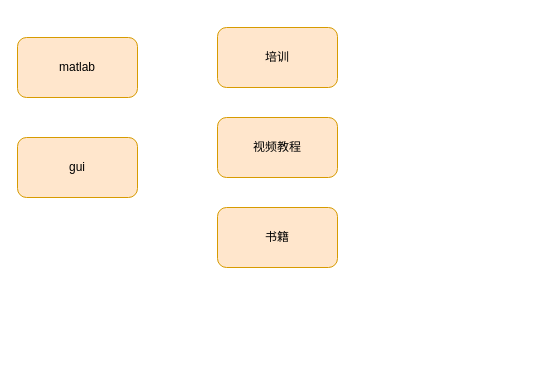
Before: assets/drawio/slash.drawio in atanx/atanx.github.io, a draw.io diagram. Source tidied: cells renumbered, new cells numbered last; positions are measured from the earlier drawing's top-left corner, leaving out a move shared by most shapes. Both pictures are drawn from the tidied source at 100%, with x=0, y=0 at pixel (17, 27).
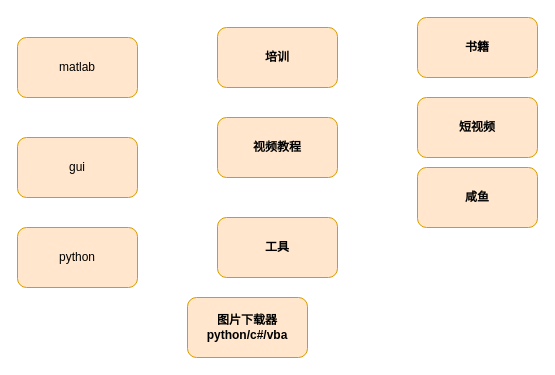
The same page after the edit.

Change to the diagram source:
```diff
@@
 <mxGraphModel>
   <root>
     <mxCell id="0" />
     <mxCell id="1" parent="0" />
     <mxCell id="2" value="matlab" style="rounded=1;whiteSpace=wrap;html=1;fillColor=#ffe6cc;strokeColor=#d79b00;" parent="1" vertex="1">
       <mxGeometry y="10" width="120" height="60" as="geometry" />
     </mxCell>
     <mxCell id="3" value="gui" style="rounded=1;whiteSpace=wrap;html=1;fillColor=#ffe6cc;strokeColor=#d79b00;" parent="1" vertex="1">
       <mxGeometry y="110" width="120" height="60" as="geometry" />
     </mxCell>
-    <mxCell id="4" value="培训" style="rounded=1;whiteSpace=wrap;html=1;fillColor=#ffe6cc;strokeColor=#d79b00;" parent="1" vertex="1">
+    <mxCell id="4" value="培训" style="rounded=1;whiteSpace=wrap;html=1;fillColor=#ffe6cc;strokeColor=#d79b00;fontStyle=1;" parent="1" vertex="1">
       <mxGeometry x="200" width="120" height="60" as="geometry" />
     </mxCell>
-    <mxCell id="5" value="视频教程" style="rounded=1;whiteSpace=wrap;html=1;fillColor=#ffe6cc;strokeColor=#d79b00;" parent="1" vertex="1">
+    <mxCell id="5" value="视频教程" style="rounded=1;whiteSpace=wrap;html=1;fillColor=#ffe6cc;strokeColor=#d79b00;fontStyle=1;" parent="1" vertex="1">
       <mxGeometry x="200" y="90" width="120" height="60" as="geometry" />
     </mxCell>
-    <mxCell id="6" value="书籍" style="rounded=1;whiteSpace=wrap;html=1;fillColor=#ffe6cc;strokeColor=#d79b00;" parent="1" vertex="1">
-      <mxGeometry x="200" y="180" width="120" height="60" as="geometry" />
+    <mxCell id="6" value="书籍" style="rounded=1;whiteSpace=wrap;html=1;fillColor=#ffe6cc;strokeColor=#d79b00;fontStyle=1;" parent="1" vertex="1">
+      <mxGeometry x="400" y="-10" width="120" height="60" as="geometry" />
     </mxCell>
+    <mxCell id="7" value="短视频" style="rounded=1;whiteSpace=wrap;html=1;fillColor=#ffe6cc;strokeColor=#d79b00;fontStyle=1;" parent="1" vertex="1">
+      <mxGeometry x="400" y="70" width="120" height="60" as="geometry" />
+    </mxCell>
+    <mxCell id="8" value="咸鱼" style="rounded=1;whiteSpace=wrap;html=1;fillColor=#ffe6cc;strokeColor=#d79b00;fontStyle=1;" parent="1" vertex="1">
+      <mxGeometry x="400" y="140" width="120" height="60" as="geometry" />
+    </mxCell>
+    <mxCell id="9" value="工具" style="rounded=1;whiteSpace=wrap;html=1;fillColor=#ffe6cc;strokeColor=#d79b00;fontStyle=1;" parent="1" vertex="1">
+      <mxGeometry x="200" y="190" width="120" height="60" as="geometry" />
+    </mxCell>
+    <mxCell id="10" value="图片下载器&lt;br&gt;python/c#/vba" style="rounded=1;whiteSpace=wrap;html=1;fillColor=#ffe6cc;strokeColor=#d79b00;fontStyle=1;" parent="1" vertex="1">
+      <mxGeometry x="170" y="270" width="120" height="60" as="geometry" />
+    </mxCell>
+    <mxCell id="11" value="python" style="rounded=1;whiteSpace=wrap;html=1;fillColor=#ffe6cc;strokeColor=#d79b00;" parent="1" vertex="1">
+      <mxGeometry y="200" width="120" height="60" as="geometry" />
+    </mxCell>
   </root>
 </mxGraphModel>
```
